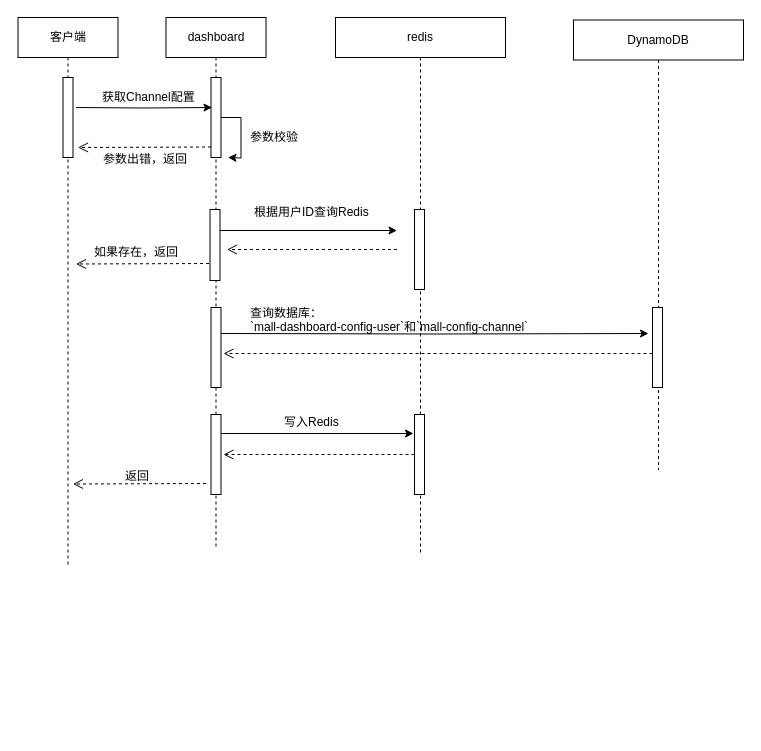
JianHao-Chen/UML keeps this draw.io diagram as page "channel" (3 of 4) of dashboard.drawio. Above is the earlier version. Source tidied: cells renumbered, new cells numbered last; positions are measured from the earlier drawing's top-left corner, leaving out a move shared by most shapes. Both pictures are drawn from the tidied source at 100%, with x=0, y=0 at pixel (17, 17).
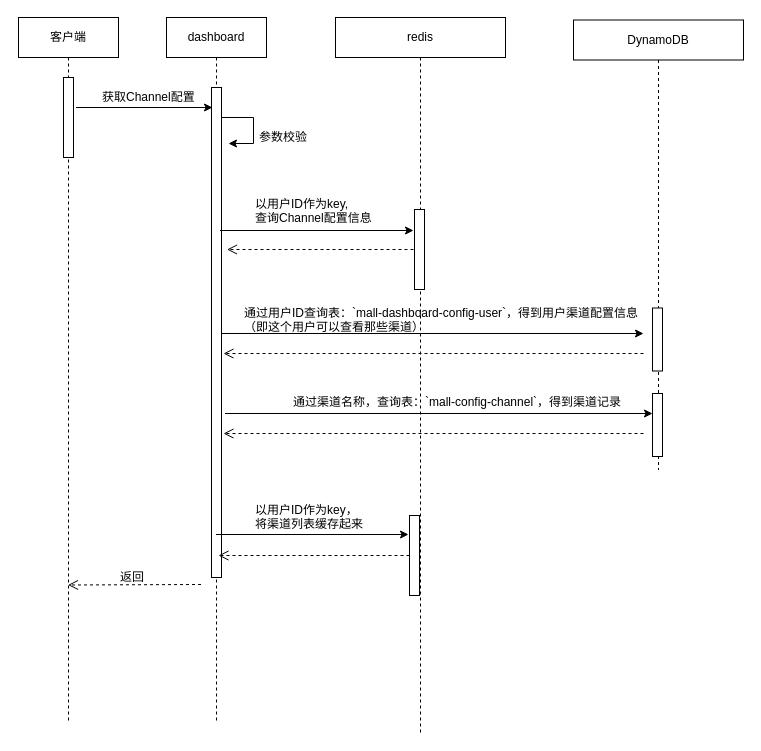
The same page after the edit.

The change refers to these unchanged cells:
```xml
<mxCell id="21" value="DynamoDB" style="shape=umlLifeline;perimeter=lifelinePerimeter;whiteSpace=wrap;html=1;" parent="1" vertex="1">
  <mxGeometry x="556" y="2.5" width="170" height="450" as="geometry" />
</mxCell>
```

Diff of the diagram source:
```diff
@@
     <mxCell id="2" value="dashboard" style="shape=umlLifeline;perimeter=lifelinePerimeter;whiteSpace=wrap;html=1;" parent="1" vertex="1">
-      <mxGeometry x="148.5" width="100" height="530" as="geometry" />
+      <mxGeometry x="149" width="100" height="706" as="geometry" />
     </mxCell>
-    <mxCell id="3" style="html=1;points=[];perimeter=orthogonalPerimeter;" parent="2" vertex="1">
-      <mxGeometry x="45" y="60" width="10" height="80" as="geometry" />
-    </mxCell>
-    <mxCell id="4" style="html=1;perimeter=orthogonalPerimeter;" parent="2" vertex="1">
-      <mxGeometry x="44" y="192" width="10" height="71" as="geometry" />
-    </mxCell>
-    <mxCell id="5" style="html=1;perimeter=orthogonalPerimeter;" parent="2" vertex="1">
-      <mxGeometry x="45" y="290" width="10" height="80" as="geometry" />
-    </mxCell>
-    <mxCell id="6" style="html=1;perimeter=orthogonalPerimeter;" parent="2" vertex="1">
-      <mxGeometry x="45" y="397" width="10" height="80" as="geometry" />
-    </mxCell>
+    <mxCell id="33" style="html=1;perimeter=orthogonalPerimeter;" parent="2" vertex="1">
+      <mxGeometry x="45" y="70" width="10" height="490" as="geometry" />
+    </mxCell>
-    <mxCell id="7" style="edgeStyle=orthogonalEdgeStyle;rounded=0;jettySize=auto;html=1;entryX=0.1;entryY=0.375;entryDx=0;entryDy=0;entryPerimeter=0;" parent="1" edge="1" target="3">
+    <mxCell id="7" style="edgeStyle=orthogonalEdgeStyle;rounded=0;orthogonalLoop=1;jettySize=auto;html=1;entryX=0.1;entryY=0.375;entryDx=0;entryDy=0;entryPerimeter=0;" parent="1" edge="1">
       <mxGeometry relative="1" as="geometry">
         <mxPoint x="58.5" y="90" as="sourcePoint" />
+        <mxPoint x="195" y="90" as="targetPoint" />
       </mxGeometry>
     </mxCell>
     <mxCell id="8" value="redis" style="shape=umlLifeline;perimeter=lifelinePerimeter;whiteSpace=wrap;html=1;" parent="1" vertex="1">
-      <mxGeometry x="318" width="170" height="536" as="geometry" />
+      <mxGeometry x="318" width="170" height="716" as="geometry" />
     </mxCell>
@@
     <mxCell id="10" style="html=1;perimeter=orthogonalPerimeter;" parent="8" vertex="1">
-      <mxGeometry x="79" y="397" width="10" height="80" as="geometry" />
+      <mxGeometry x="74" y="498" width="10" height="80" as="geometry" />
     </mxCell>
     <mxCell id="11" value="客户端" style="shape=umlLifeline;perimeter=lifelinePerimeter;whiteSpace=wrap;html=1;" parent="1" vertex="1">
-      <mxGeometry x="0.5" width="100" height="550" as="geometry" />
+      <mxGeometry x="1" width="100" height="706" as="geometry" />
     </mxCell>
@@
     <mxCell id="14" value="参数校验" style="text;html=1;align=left;verticalAlign=top;spacingTop=-4;" parent="1" vertex="1">
-      <mxGeometry x="230.5" y="110" width="60" height="20" as="geometry" />
+      <mxGeometry x="239.5" y="110" width="60" height="20" as="geometry" />
     </mxCell>
-    <mxCell id="15" style="edgeStyle=orthogonalEdgeStyle;rounded=0;jettySize=auto;html=1;" parent="1" edge="1" source="3">
+    <mxCell id="15" style="edgeStyle=orthogonalEdgeStyle;rounded=0;orthogonalLoop=1;jettySize=auto;html=1;" parent="1" edge="1">
       <mxGeometry relative="1" as="geometry">
-        <mxPoint x="210.5" y="140" as="targetPoint" />
+        <mxPoint x="203.5" y="100" as="sourcePoint" />
+        <mxPoint x="211" y="126" as="targetPoint" />
+        <Array as="points">
+          <mxPoint x="236" y="100" />
+          <mxPoint x="236" y="126" />
+        </Array>
       </mxGeometry>
     </mxCell>
-    <mxCell id="16" style="html=1;verticalAlign=bottom;endArrow=open;dashed=1;endSize=8;" parent="1" edge="1">
-      <mxGeometry relative="1" as="geometry">
-        <mxPoint x="193.5" y="129.5" as="sourcePoint" />
-        <mxPoint x="60.5" y="130" as="targetPoint" />
-      </mxGeometry>
-    </mxCell>
-    <mxCell id="17" value="参数出错，返回" style="text;html=1;align=left;verticalAlign=top;spacingTop=-4;" parent="1" vertex="1">
-      <mxGeometry x="83.5" y="131.5" width="100" height="20" as="geometry" />
-    </mxCell>
     <mxCell id="18" style="edgeStyle=orthogonalEdgeStyle;rounded=0;orthogonalLoop=1;jettySize=auto;html=1;" parent="1" edge="1">
       <mxGeometry relative="1" as="geometry">
         <mxPoint x="202.5" y="213" as="sourcePoint" />
-        <mxPoint x="379.5" y="213" as="targetPoint" />
+        <mxPoint x="396" y="213" as="targetPoint" />
       </mxGeometry>
     </mxCell>
     <mxCell id="19" style="html=1;verticalAlign=bottom;endArrow=open;dashed=1;endSize=8;" parent="1" edge="1">
       <mxGeometry relative="1" as="geometry">
-        <mxPoint x="379.5" y="232" as="sourcePoint" />
+        <mxPoint x="396" y="232" as="sourcePoint" />
         <mxPoint x="209.5" y="232" as="targetPoint" />
       </mxGeometry>
     </mxCell>
-    <mxCell id="20" value="根据用户ID查询Redis" style="text;html=1;align=left;verticalAlign=top;spacingTop=-4;" parent="1" vertex="1">
-      <mxGeometry x="234.5" y="185" width="130" height="20" as="geometry" />
+    <mxCell id="20" value="以用户ID作为key,&lt;br&gt;查询Channel配置信息" style="text;html=1;align=left;verticalAlign=top;spacingTop=-4;" parent="1" vertex="1">
+      <mxGeometry x="235.5" y="177" width="130" height="30" as="geometry" />
     </mxCell>
@@
     <mxCell id="22" style="html=1;points=[];perimeter=orthogonalPerimeter;" parent="21" vertex="1">
-      <mxGeometry x="79" y="287.5" width="10" height="80" as="geometry" />
+      <mxGeometry x="79" y="288" width="10" height="63" as="geometry" />
     </mxCell>
-    <mxCell id="23" style="html=1;verticalAlign=bottom;endArrow=open;dashed=1;endSize=8;" parent="1" edge="1">
-      <mxGeometry relative="1" as="geometry">
-        <mxPoint x="191.5" y="246" as="sourcePoint" />
-        <mxPoint x="58.5" y="246.5" as="targetPoint" />
-      </mxGeometry>
-    </mxCell>
-    <mxCell id="24" value="如果存在，返回" style="text;html=1;align=left;verticalAlign=top;spacingTop=-4;" parent="1" vertex="1">
-      <mxGeometry x="75" y="224.5" width="100" height="20" as="geometry" />
-    </mxCell>
+    <mxCell id="34" style="html=1;perimeter=orthogonalPerimeter;" parent="21" vertex="1">
+      <mxGeometry x="79" y="373.5" width="10" height="63" as="geometry" />
+    </mxCell>
-    <mxCell id="25" style="edgeStyle=orthogonalEdgeStyle;rounded=0;jettySize=auto;html=1;entryX=-0.4;entryY=0.325;entryDx=0;entryDy=0;entryPerimeter=0;" parent="1" edge="1" target="22">
+    <mxCell id="25" style="edgeStyle=orthogonalEdgeStyle;rounded=0;orthogonalLoop=1;jettySize=auto;html=1;" parent="1" edge="1">
       <mxGeometry relative="1" as="geometry">
         <mxPoint x="203.5" y="316" as="sourcePoint" />
+        <mxPoint x="626" y="316" as="targetPoint" />
       </mxGeometry>
     </mxCell>
-    <mxCell id="26" value="查询数据库：&lt;br&gt;`mall-dashboard-config-user`和`mall-config-channel`&lt;br&gt;" style="text;html=1;align=left;verticalAlign=top;spacingTop=-4;" parent="1" vertex="1">
-      <mxGeometry x="230.5" y="286" width="290" height="30" as="geometry" />
+    <mxCell id="26" value="通过用户ID查询表：`mall-dashboard-config-user`，得到用户渠道配置信息&lt;br&gt;（即这个用户可以查看那些渠道）&lt;br&gt;" style="text;html=1;align=left;verticalAlign=top;spacingTop=-4;" parent="1" vertex="1">
+      <mxGeometry x="225" y="286" width="410" height="30" as="geometry" />
     </mxCell>
     <mxCell id="27" style="html=1;verticalAlign=bottom;endArrow=open;dashed=1;endSize=8;" parent="1" edge="1">
       <mxGeometry relative="1" as="geometry">
-        <mxPoint x="635" y="336" as="sourcePoint" />
+        <mxPoint x="626" y="336" as="sourcePoint" />
         <mxPoint x="206" y="336" as="targetPoint" />
       </mxGeometry>
     </mxCell>
     <mxCell id="28" style="edgeStyle=orthogonalEdgeStyle;rounded=0;orthogonalLoop=1;jettySize=auto;html=1;" parent="1" edge="1">
       <mxGeometry relative="1" as="geometry">
-        <mxPoint x="203.5" y="416" as="sourcePoint" />
-        <mxPoint x="396" y="416" as="targetPoint" />
+        <mxPoint x="198.5" y="517" as="sourcePoint" />
+        <mxPoint x="391" y="517" as="targetPoint" />
       </mxGeometry>
     </mxCell>
-    <mxCell id="29" value="写入Redis" style="text;html=1;align=left;verticalAlign=top;spacingTop=-4;" parent="1" vertex="1">
-      <mxGeometry x="265" y="395" width="70" height="20" as="geometry" />
+    <mxCell id="29" value="以用户ID作为key，&lt;br&gt;将渠道列表缓存起来" style="text;html=1;align=left;verticalAlign=top;spacingTop=-4;" parent="1" vertex="1">
+      <mxGeometry x="235.5" y="483" width="120" height="30" as="geometry" />
     </mxCell>
     <mxCell id="30" style="html=1;verticalAlign=bottom;endArrow=open;dashed=1;endSize=8;" parent="1" edge="1">
       <mxGeometry relative="1" as="geometry">
-        <mxPoint x="397" y="437" as="sourcePoint" />
-        <mxPoint x="206" y="437" as="targetPoint" />
+        <mxPoint x="392" y="538" as="sourcePoint" />
+        <mxPoint x="201" y="538" as="targetPoint" />
       </mxGeometry>
     </mxCell>
     <mxCell id="31" style="html=1;verticalAlign=bottom;endArrow=open;dashed=1;endSize=8;" parent="1" edge="1">
       <mxGeometry relative="1" as="geometry">
-        <mxPoint x="188.5" y="466" as="sourcePoint" />
-        <mxPoint x="55.5" y="466.5" as="targetPoint" />
+        <mxPoint x="183.5" y="567" as="sourcePoint" />
+        <mxPoint x="50.5" y="567.5" as="targetPoint" />
       </mxGeometry>
     </mxCell>
     <mxCell id="32" value="返回" style="text;html=1;align=left;verticalAlign=top;spacingTop=-4;" parent="1" vertex="1">
-      <mxGeometry x="106" y="449" width="40" height="20" as="geometry" />
+      <mxGeometry x="101" y="550" width="40" height="20" as="geometry" />
     </mxCell>
+    <mxCell id="35" style="edgeStyle=orthogonalEdgeStyle;rounded=0;orthogonalLoop=1;jettySize=auto;html=1;entryX=-0.4;entryY=0.325;entryDx=0;entryDy=0;entryPerimeter=0;" parent="1" edge="1">
+      <mxGeometry relative="1" as="geometry">
+        <mxPoint x="207.5" y="396" as="sourcePoint" />
+        <mxPoint x="635" y="396" as="targetPoint" />
+      </mxGeometry>
+    </mxCell>
+    <mxCell id="36" style="html=1;verticalAlign=bottom;endArrow=open;dashed=1;endSize=8;" parent="1" edge="1">
+      <mxGeometry relative="1" as="geometry">
+        <mxPoint x="626" y="416" as="sourcePoint" />
+        <mxPoint x="206" y="416" as="targetPoint" />
+      </mxGeometry>
+    </mxCell>
+    <mxCell id="37" value="通过渠道名称，查询表：`mall-config-channel`，得到渠道记录" style="text;html=1;align=left;verticalAlign=top;spacingTop=-4;" parent="1" vertex="1">
+      <mxGeometry x="274" y="375" width="340" height="20" as="geometry" />
+    </mxCell>
```
